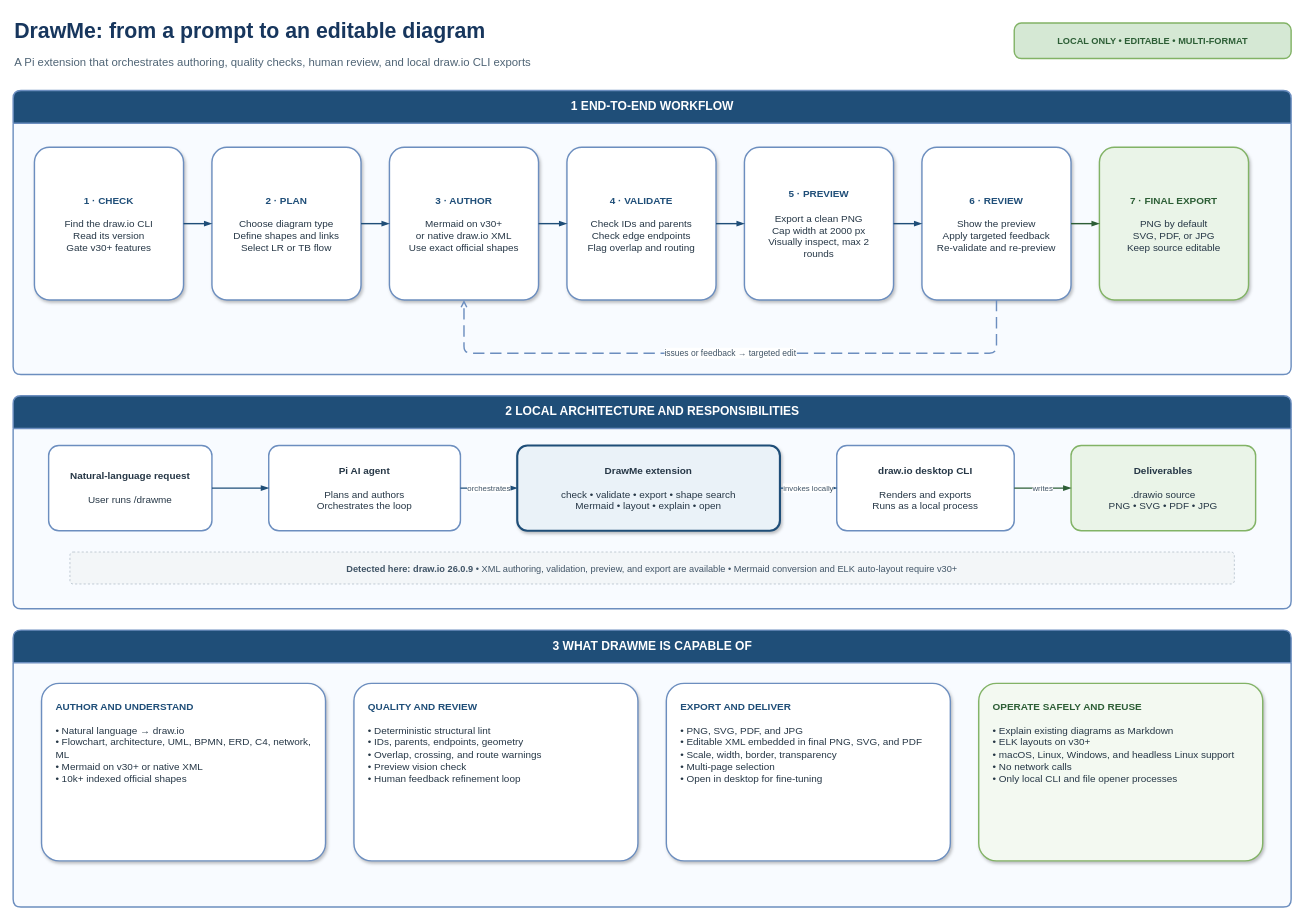
The draw.io diagram example/drawme-how-it-works.drawio in senad-d/DrawMe, before the edit. Source tidied: cells renumbered, new cells numbered last; positions are measured from the earlier drawing's top-left corner, leaving out a move shared by most shapes. Both pictures are drawn from the tidied source at 71%, with x=0, y=0 at pixel (13, 12).
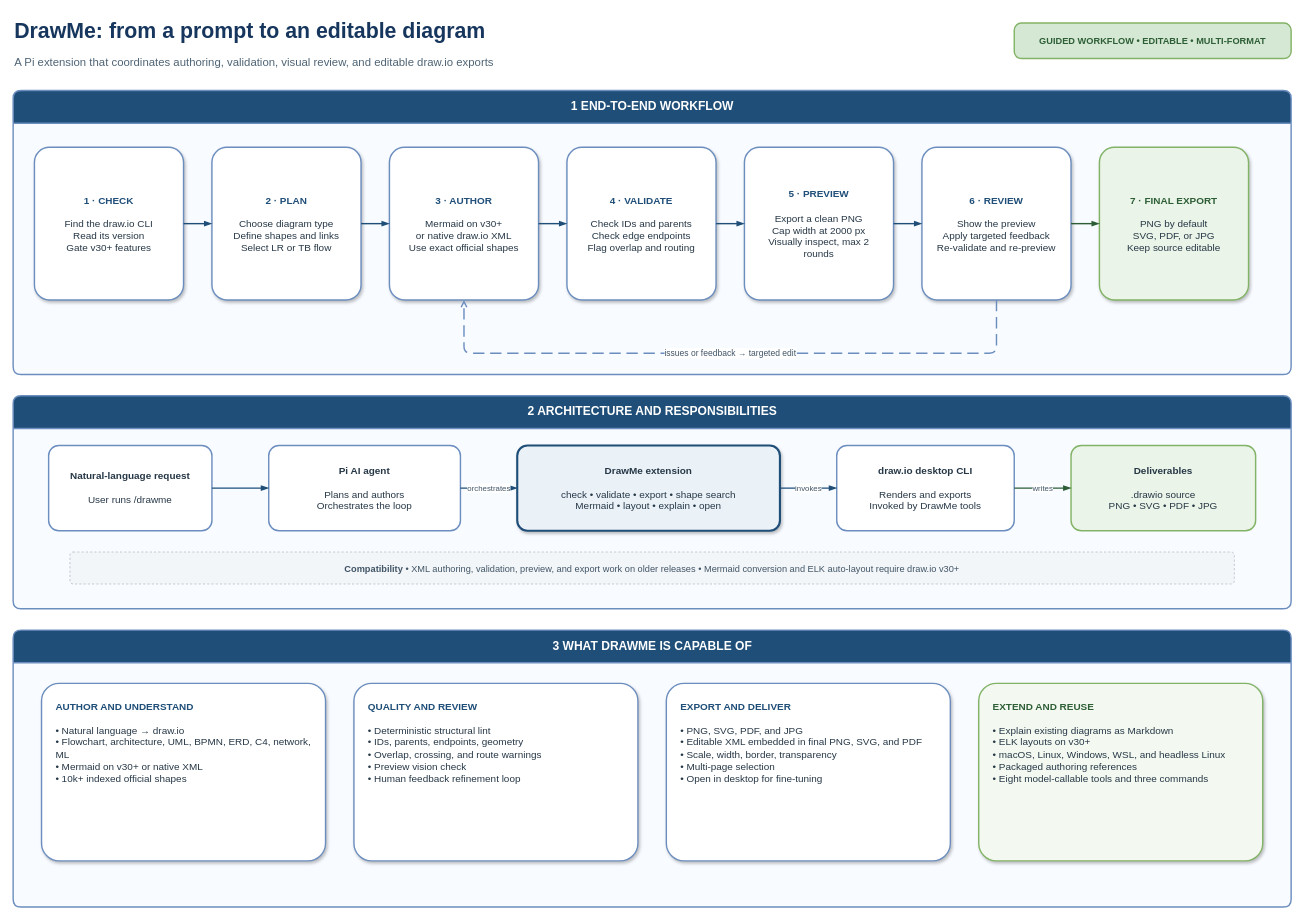
The same page after the edit.

The change refers to these unchanged cells:
```xml
<mxCell id="16" value="&lt;b&gt;DrawMe extension&lt;/b&gt;&lt;br&gt;&lt;br&gt;check • validate • export • shape search&lt;br&gt;Mermaid • layout • explain • open" style="rounded=1;arcSize=12;whiteSpace=wrap;html=1;align=center;verticalAlign=middle;spacing=10;fontSize=14;fontColor=#263746;fillColor=#EAF2F8;strokeColor=#1F4E78;strokeWidth=3;shadow=1;" parent="13" vertex="1">
  <mxGeometry x="710" y="70" width="370" height="120" as="geometry" />
</mxCell>
<mxCell id="20" value="3  WHAT DRAWME IS CAPABLE OF" style="swimlane;horizontal=1;startSize=46;rounded=1;arcSize=8;html=1;fontSize=17;fontStyle=1;fontColor=#FFFFFF;fillColor=#1F4E78;swimlaneFillColor=#F8FBFF;strokeColor=#6C8EBF;strokeWidth=2;" parent="1" vertex="1">
  <mxGeometry y="870" width="1800" height="390" as="geometry" />
</mxCell>
```

What changed in the source:
```diff
@@
-    <mxCell id="3" value="A Pi extension that orchestrates authoring, quality checks, human review, and local draw.io CLI exports" style="text;html=1;align=left;verticalAlign=middle;fontSize=16;fontColor=#4F6475;" parent="1" vertex="1">
+    <mxCell id="3" value="A Pi extension that coordinates authoring, validation, visual review, and editable draw.io exports" style="text;html=1;align=left;verticalAlign=middle;fontSize=16;fontColor=#4F6475;" parent="1" vertex="1">
       <mxGeometry y="50" width="1350" height="40" as="geometry" />
     </mxCell>
-    <mxCell id="4" value="LOCAL ONLY  •  EDITABLE  •  MULTI-FORMAT" style="rounded=1;arcSize=20;whiteSpace=wrap;html=1;align=center;verticalAlign=middle;fontSize=13;fontStyle=1;fontColor=#2D5E36;fillColor=#D5E8D4;strokeColor=#82B366;strokeWidth=2;" parent="1" vertex="1">
+    <mxCell id="4" value="GUIDED WORKFLOW  •  EDITABLE  •  MULTI-FORMAT" style="rounded=1;arcSize=20;whiteSpace=wrap;html=1;align=center;verticalAlign=middle;fontSize=13;fontStyle=1;fontColor=#2D5E36;fillColor=#D5E8D4;strokeColor=#82B366;strokeWidth=2;" parent="1" vertex="1">
       <mxGeometry x="1410" y="15" width="390" height="50" as="geometry" />
     </mxCell>
@@
-    <mxCell id="13" value="2  LOCAL ARCHITECTURE AND RESPONSIBILITIES" style="swimlane;horizontal=1;startSize=46;rounded=1;arcSize=8;html=1;fontSize=17;fontStyle=1;fontColor=#FFFFFF;fillColor=#1F4E78;swimlaneFillColor=#F8FBFF;strokeColor=#6C8EBF;strokeWidth=2;" parent="1" vertex="1">
+    <mxCell id="13" value="2  ARCHITECTURE AND RESPONSIBILITIES" style="swimlane;horizontal=1;startSize=46;rounded=1;arcSize=8;html=1;fontSize=17;fontStyle=1;fontColor=#FFFFFF;fillColor=#1F4E78;swimlaneFillColor=#F8FBFF;strokeColor=#6C8EBF;strokeWidth=2;" parent="1" vertex="1">
       <mxGeometry y="540" width="1800" height="300" as="geometry" />
     </mxCell>
@@
-    <mxCell id="17" value="&lt;b&gt;draw.io desktop CLI&lt;/b&gt;&lt;br&gt;&lt;br&gt;Renders and exports&lt;br&gt;Runs as a local process" style="rounded=1;arcSize=12;whiteSpace=wrap;html=1;align=center;verticalAlign=middle;spacing=10;fontSize=14;fontColor=#263746;fillColor=#FFFFFF;strokeColor=#6C8EBF;strokeWidth=2;" parent="13" vertex="1">
+    <mxCell id="17" value="&lt;b&gt;draw.io desktop CLI&lt;/b&gt;&lt;br&gt;&lt;br&gt;Renders and exports&lt;br&gt;Invoked by DrawMe tools" style="rounded=1;arcSize=12;whiteSpace=wrap;html=1;align=center;verticalAlign=middle;spacing=10;fontSize=14;fontColor=#263746;fillColor=#FFFFFF;strokeColor=#6C8EBF;strokeWidth=2;" parent="13" vertex="1">
       <mxGeometry x="1160" y="70" width="250" height="120" as="geometry" />
     </mxCell>
@@
-    <mxCell id="19" value="&lt;b&gt;Detected here: draw.io 26.0.9&lt;/b&gt;  •  XML authoring, validation, preview, and export are available  •  Mermaid conversion and ELK auto-layout require v30+" style="rounded=1;arcSize=10;whiteSpace=wrap;html=1;align=center;verticalAlign=middle;fontSize=13;fontColor=#405466;fillColor=#F3F6F8;strokeColor=#AAB7C4;dashed=1;" parent="13" vertex="1">
+    <mxCell id="19" value="&lt;b&gt;Compatibility&lt;/b&gt;  •  XML authoring, validation, preview, and export work on older releases  •  Mermaid conversion and ELK auto-layout require draw.io v30+" style="rounded=1;arcSize=10;whiteSpace=wrap;html=1;align=center;verticalAlign=middle;fontSize=13;fontColor=#405466;fillColor=#F3F6F8;strokeColor=#AAB7C4;dashed=1;" parent="13" vertex="1">
       <mxGeometry x="80" y="220" width="1640" height="45" as="geometry" />
     </mxCell>
@@
-    <mxCell id="24" value="&lt;b&gt;&lt;font color=&quot;#2D5E36&quot;&gt;OPERATE SAFELY AND REUSE&lt;/font&gt;&lt;/b&gt;&lt;br&gt;&lt;br&gt;• Explain existing diagrams as Markdown&lt;br&gt;• ELK layouts on v30+&lt;br&gt;• macOS, Linux, Windows, and headless Linux support&lt;br&gt;• No network calls&lt;br&gt;• Only local CLI and file opener processes" style="rounded=1;arcSize=10;whiteSpace=wrap;html=1;align=left;verticalAlign=top;spacingTop=18;spacingLeft=18;spacingRight=15;fontSize=14;fontColor=#263746;fillColor=#F3F9F1;strokeColor=#82B366;strokeWidth=2;shadow=1;" parent="20" vertex="1">
+    <mxCell id="24" value="&lt;b&gt;&lt;font color=&quot;#2D5E36&quot;&gt;EXTEND AND REUSE&lt;/font&gt;&lt;/b&gt;&lt;br&gt;&lt;br&gt;• Explain existing diagrams as Markdown&lt;br&gt;• ELK layouts on v30+&lt;br&gt;• macOS, Linux, Windows, WSL, and headless Linux&lt;br&gt;• Packaged authoring references&lt;br&gt;• Eight model-callable tools and three commands" style="rounded=1;arcSize=10;whiteSpace=wrap;html=1;align=left;verticalAlign=top;spacingTop=18;spacingLeft=18;spacingRight=15;fontSize=14;fontColor=#263746;fillColor=#F3F9F1;strokeColor=#82B366;strokeWidth=2;shadow=1;" parent="20" vertex="1">
       <mxGeometry x="1360" y="75" width="400" height="250" as="geometry" />
     </mxCell>
@@
-    <mxCell id="34" value="invokes locally" style="edgeStyle=orthogonalEdgeStyle;rounded=1;jettySize=auto;html=1;endArrow=blockThin;endFill=1;strokeColor=#1F4E78;strokeWidth=2;fontSize=11;fontColor=#405466;labelBackgroundColor=#FFFFFF;exitX=1;exitY=0.5;entryX=0;entryY=0.5;" parent="1" edge="1" source="16" target="17">
+    <mxCell id="34" value="invokes" style="edgeStyle=orthogonalEdgeStyle;rounded=1;jettySize=auto;html=1;endArrow=blockThin;endFill=1;strokeColor=#1F4E78;strokeWidth=2;fontSize=11;fontColor=#405466;labelBackgroundColor=#FFFFFF;exitX=1;exitY=0.5;entryX=0;entryY=0.5;" parent="1" edge="1" source="16" target="17">
       <mxGeometry relative="1" as="geometry" />
     </mxCell>
```
